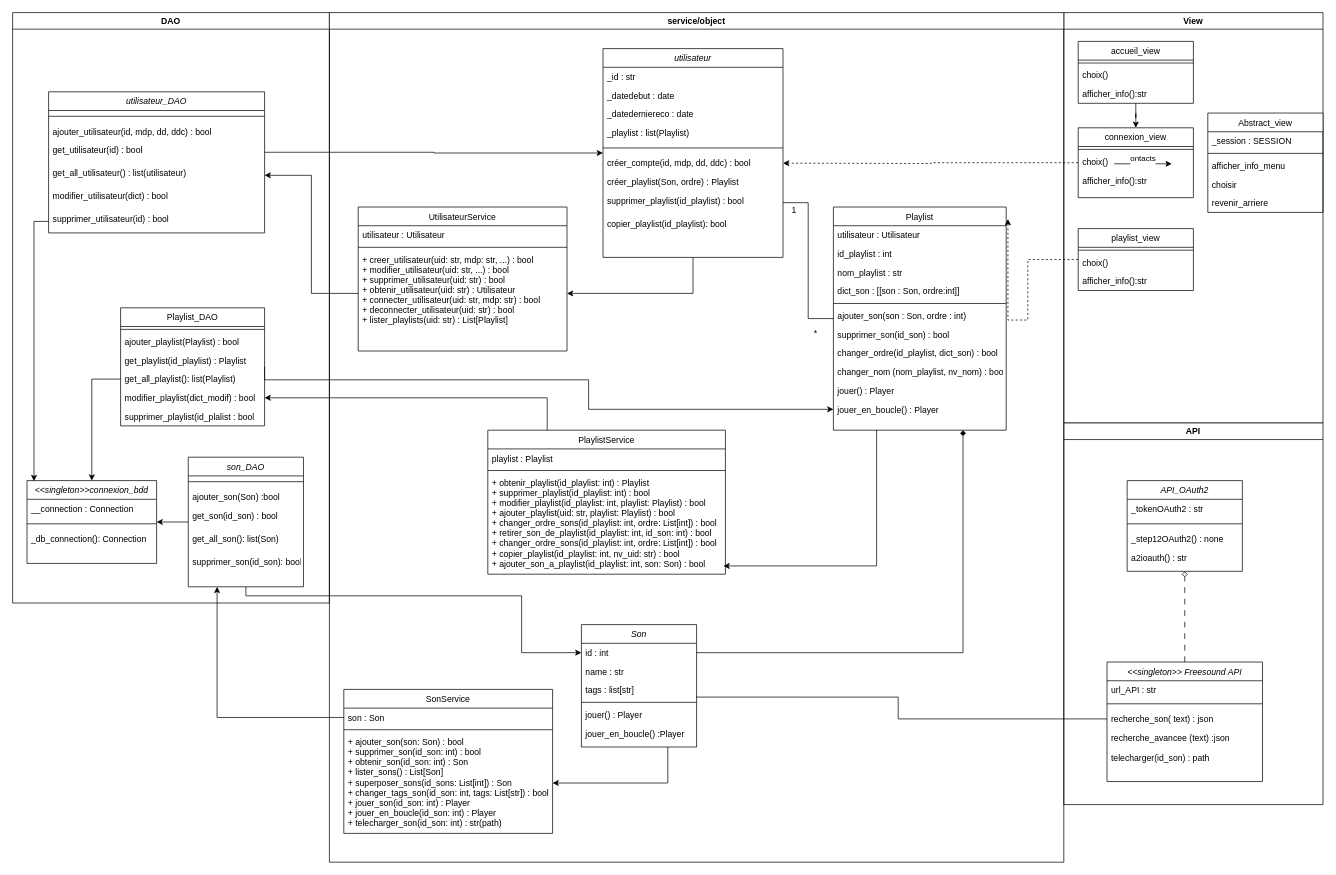
PepitoTSO/Projet-INFO-ENSAI-2A-Gr14 keeps this draw.io diagram as doc/modelisation/Le_diag_classe.drawio. Above is the earlier version. Source tidied: cells renumbered, new cells numbered last; positions are measured from the earlier drawing's top-left corner, leaving out a move shared by most shapes. Both pictures are drawn from the tidied source at 72%, with x=0, y=0 at pixel (12, 12).
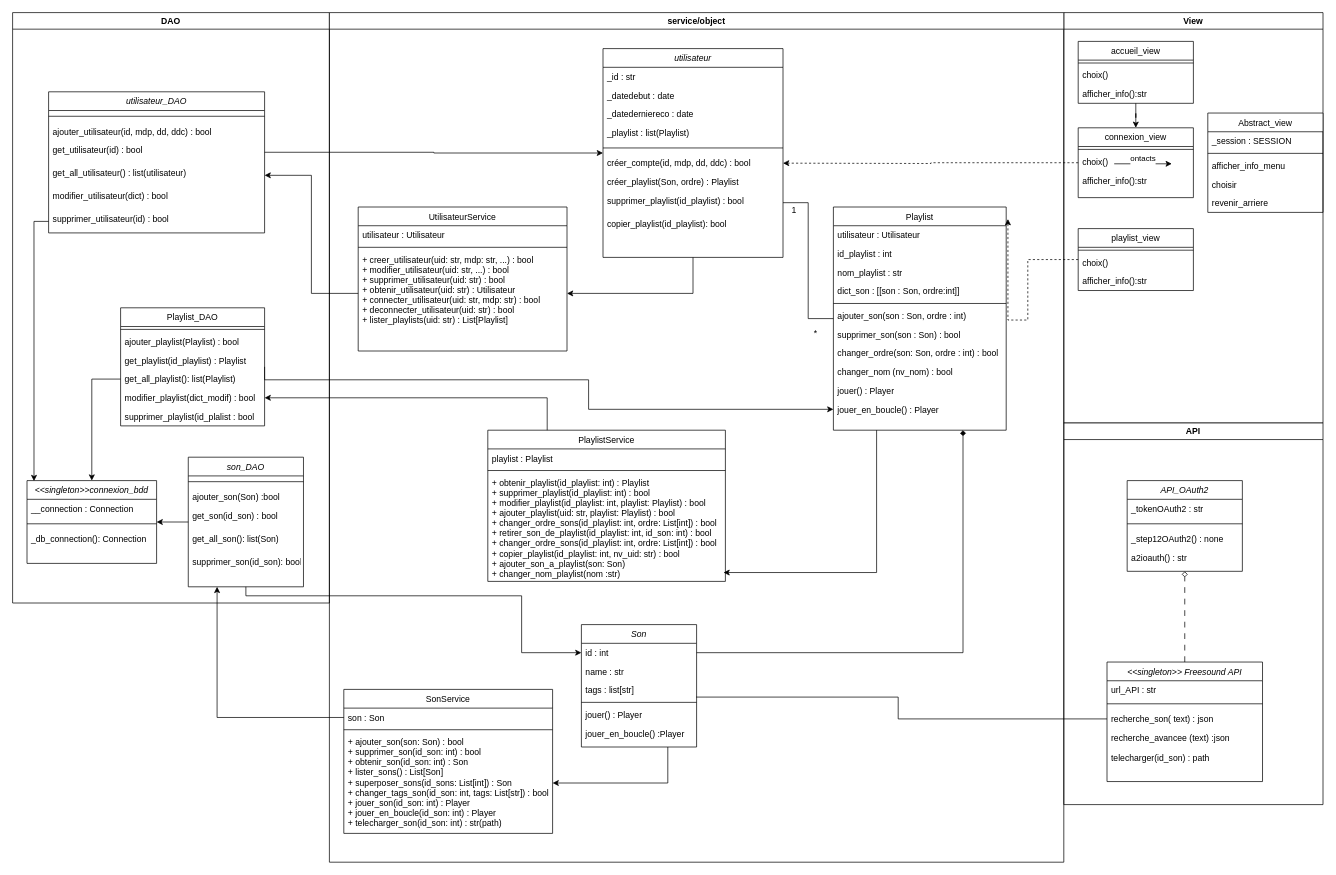
Above is the later version.

Unchanged cells that the change refers to:
```xml
<mxCell id="63" value="service/object" style="swimlane;whiteSpace=wrap;html=1;" parent="1" vertex="1">
  <mxGeometry x="440" width="1020" height="1180" as="geometry" />
</mxCell>
<mxCell id="72" value="Playlist" style="swimlane;fontStyle=0;align=center;verticalAlign=top;horizontal=1;startSize=26;rounded=0;shadow=0;strokeWidth=1;" parent="63" vertex="1">
  <mxGeometry x="700" y="270" width="240" height="310" as="geometry" />
</mxCell>
```

Change to the diagram source:
```diff
@@
-    <mxCell id="79" value="supprimer_son(id_son) : bool" style="text;align=left;verticalAlign=top;spacingLeft=4;spacingRight=4;overflow=hidden;" parent="72" vertex="1">
+    <mxCell id="79" value="supprimer_son(son : Son) : bool" style="text;align=left;verticalAlign=top;spacingLeft=4;spacingRight=4;overflow=hidden;" parent="72" vertex="1">
       <mxGeometry y="164" width="240" height="26" as="geometry" />
     </mxCell>
-    <mxCell id="80" value="changer_ordre(id_playlist, dict_son) : bool " style="text;align=left;verticalAlign=top;spacingLeft=4;spacingRight=4;overflow=hidden;" parent="72" vertex="1">
+    <mxCell id="80" value="changer_ordre(son: Son, ordre : int) : bool " style="text;align=left;verticalAlign=top;spacingLeft=4;spacingRight=4;overflow=hidden;" parent="72" vertex="1">
       <mxGeometry y="190" width="240" height="26" as="geometry" />
     </mxCell>
-    <mxCell id="81" value="changer_nom (nom_playlist, nv_nom) : bool" style="text;align=left;verticalAlign=top;spacingLeft=4;spacingRight=4;overflow=hidden;" parent="72" vertex="1">
+    <mxCell id="81" value="changer_nom (nv_nom) : bool" style="text;align=left;verticalAlign=top;spacingLeft=4;spacingRight=4;overflow=hidden;" parent="72" vertex="1">
       <mxGeometry y="216" width="240" height="26" as="geometry" />
     </mxCell>
@@
     <mxCell id="97" value="PlaylistService" style="swimlane;fontStyle=0;align=center;verticalAlign=top;horizontal=1;startSize=26;rounded=0;shadow=0;strokeWidth=1;" parent="63" vertex="1">
-      <mxGeometry x="220" y="580" width="330" height="200" as="geometry" />
+      <mxGeometry x="220" y="580" width="330" height="210" as="geometry" />
     </mxCell>
@@
-    <mxCell id="100" value="+ obtenir_playlist(id_playlist: int) : Playlist&#10;+ supprimer_playlist(id_playlist: int) : bool&#10;+ modifier_playlist(id_playlist: int, playlist: Playlist) : bool&#10;+ ajouter_playlist(uid: str, playlist: Playlist) : bool&#10;+ changer_ordre_sons(id_playlist: int, ordre: List[int]) : bool&#10;+ retirer_son_de_playlist(id_playlist: int, id_son: int) : bool&#10;+ changer_ordre_sons(id_playlist: int, ordre: List[int]) : bool&#10;+ copier_playlist(id_playlist: int, nv_uid: str) : bool&#10;+ ajouter_son_a_playlist(id_playlist: int, son: Son) : bool&#10;&#10;" style="text;align=left;verticalAlign=top;spacingLeft=4;spacingRight=4;overflow=hidden;points=[[0,0.5],[1,0.5]];portConstraint=eastwest;" parent="97" vertex="1">
-      <mxGeometry y="60" width="330" height="140" as="geometry" />
+    <mxCell id="100" value="+ obtenir_playlist(id_playlist: int) : Playlist&#10;+ supprimer_playlist(id_playlist: int) : bool&#10;+ modifier_playlist(id_playlist: int, playlist: Playlist) : bool&#10;+ ajouter_playlist(uid: str, playlist: Playlist) : bool&#10;+ changer_ordre_sons(id_playlist: int, ordre: List[int]) : bool&#10;+ retirer_son_de_playlist(id_playlist: int, id_son: int) : bool&#10;+ changer_ordre_sons(id_playlist: int, ordre: List[int]) : bool&#10;+ copier_playlist(id_playlist: int, nv_uid: str) : bool&#10;+ ajouter_son_a_playlist(son: Son)&#10;+ changer_nom_playlist(nom :str)&#10;&#10;" style="text;align=left;verticalAlign=top;spacingLeft=4;spacingRight=4;overflow=hidden;points=[[0,0.5],[1,0.5]];portConstraint=eastwest;" parent="97" vertex="1">
+      <mxGeometry y="60" width="330" height="150" as="geometry" />
     </mxCell>
```
